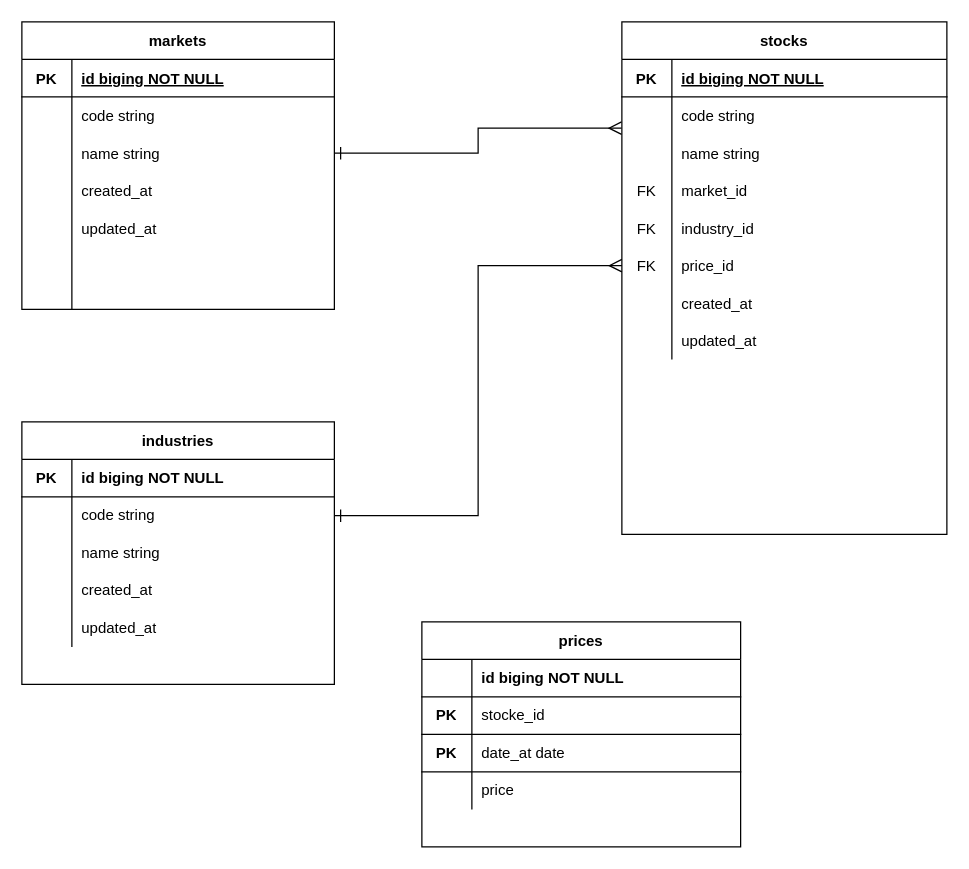
Before: kabuboard2_ERDiagram_01.drawio in 0gravity000/kabuboard2_vue, a draw.io diagram. Source tidied: cells renumbered, new cells numbered last; positions are measured from the earlier drawing's top-left corner, leaving out a move shared by most shapes. Both pictures are drawn from the tidied source at 125%, with x=0, y=0 at pixel (21, 21).
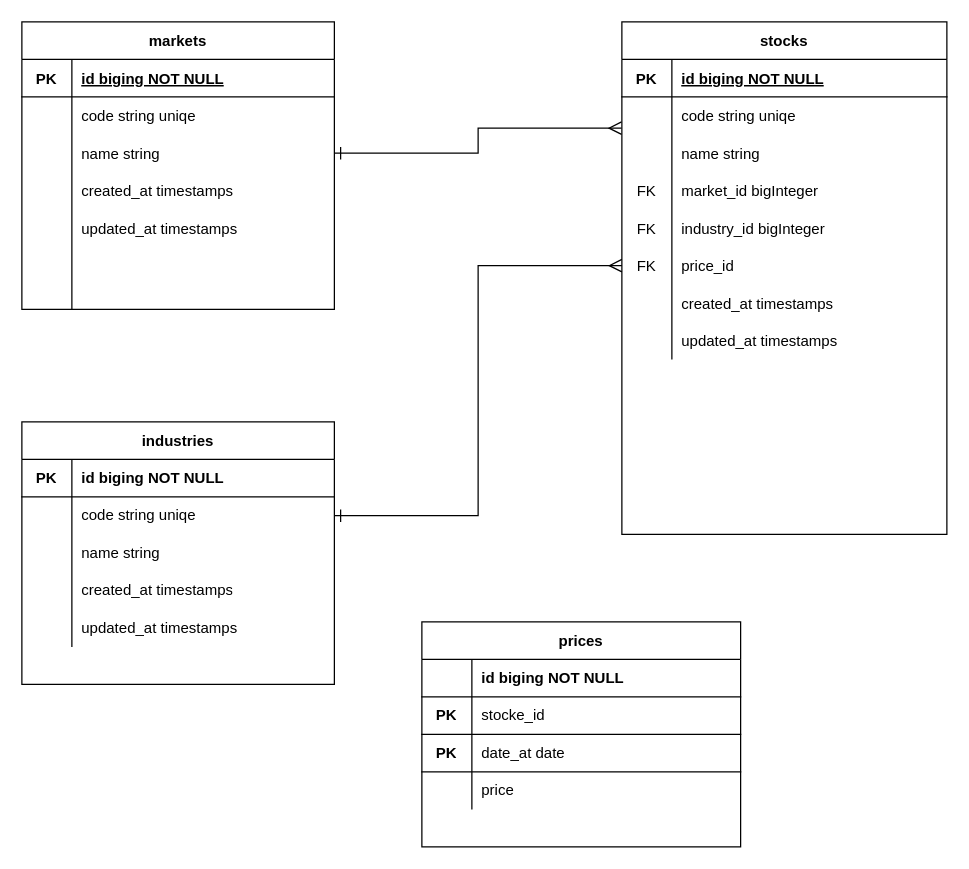
The same diagram, later.

The change refers to these unchanged cells:
```xml
<mxCell id="7" style="shape=partialRectangle;fillColor=none;points=[[0,0.5],[1,0.5]];portConstraint=eastwest;top=0;left=0;right=0;bottom=0;" parent="3" vertex="1">
  <mxGeometry y="60" width="260" height="30" as="geometry" />
</mxCell>
<mxCell id="13" style="shape=partialRectangle;fillColor=none;top=0;left=0;right=0;bottom=0;" parent="3" vertex="1">
  <mxGeometry y="120" width="260" height="30" as="geometry" />
</mxCell>
<mxCell id="16" style="shape=partialRectangle;fillColor=none;top=0;left=0;right=0;bottom=0;" parent="3" vertex="1">
  <mxGeometry y="150" width="260" height="30" as="geometry" />
</mxCell>
<mxCell id="22" style="shape=partialRectangle;fillColor=none;top=0;left=0;right=0;bottom=0;" parent="3" vertex="1">
  <mxGeometry y="210" width="260" height="30" as="geometry" />
</mxCell>
<mxCell id="25" style="shape=partialRectangle;fillColor=none;top=0;left=0;right=0;bottom=0;" parent="3" vertex="1">
  <mxGeometry y="240" width="260" height="30" as="geometry" />
</mxCell>
<mxCell id="32" style="shape=partialRectangle;fillColor=none;top=0;left=0;right=0;bottom=0;" parent="28" vertex="1">
  <mxGeometry y="60" width="250" height="30" as="geometry" />
</mxCell>
<mxCell id="38" style="shape=partialRectangle;fillColor=none;top=0;left=0;right=0;bottom=0;" parent="28" vertex="1">
  <mxGeometry y="120" width="250" height="30" as="geometry" />
</mxCell>
<mxCell id="41" style="shape=partialRectangle;fillColor=none;top=0;left=0;right=0;bottom=0;" parent="28" vertex="1">
  <mxGeometry y="150" width="250" height="30" as="geometry" />
</mxCell>
<mxCell id="51" style="shape=partialRectangle;html=1;whiteSpace=wrap;fillColor=none;top=0;left=0;bottom=0;right=0;points=[[0,0.5],[1,0.5]];portConstraint=eastwest;" parent="47" vertex="1">
  <mxGeometry y="60" width="250" height="30" as="geometry" />
</mxCell>
<mxCell id="57" style="shape=partialRectangle;html=1;whiteSpace=wrap;fillColor=none;top=0;left=0;bottom=0;right=0;" parent="47" vertex="1">
  <mxGeometry y="120" width="250" height="30" as="geometry" />
</mxCell>
<mxCell id="60" style="shape=partialRectangle;html=1;whiteSpace=wrap;fillColor=none;top=0;left=0;bottom=0;right=0;" parent="47" vertex="1">
  <mxGeometry y="150" width="250" height="30" as="geometry" />
</mxCell>
```

Diff of the diagram source:
```diff
@@
-    <mxCell id="9" value="code string" style="shape=partialRectangle;overflow=hidden;fillColor=none;top=0;left=0;bottom=0;right=0;align=left;spacingLeft=6;" parent="7" vertex="1">
+    <mxCell id="9" value="code string uniqe" style="shape=partialRectangle;overflow=hidden;fillColor=none;top=0;left=0;bottom=0;right=0;align=left;spacingLeft=6;" parent="7" vertex="1">
       <mxGeometry x="40" width="220" height="30" as="geometry" />
     </mxCell>
@@
-    <mxCell id="15" value="market_id" style="shape=partialRectangle;overflow=hidden;fillColor=none;top=0;left=0;bottom=0;right=0;align=left;spacingLeft=6;" parent="13" vertex="1">
+    <mxCell id="15" value="market_id bigInteger" style="shape=partialRectangle;overflow=hidden;fillColor=none;top=0;left=0;bottom=0;right=0;align=left;spacingLeft=6;" parent="13" vertex="1">
       <mxGeometry x="40" width="220" height="30" as="geometry" />
     </mxCell>
@@
-    <mxCell id="18" value="industry_id" style="shape=partialRectangle;overflow=hidden;fillColor=none;top=0;left=0;bottom=0;right=0;align=left;spacingLeft=6;" parent="16" vertex="1">
+    <mxCell id="18" value="industry_id bigInteger" style="shape=partialRectangle;overflow=hidden;fillColor=none;top=0;left=0;bottom=0;right=0;align=left;spacingLeft=6;" parent="16" vertex="1">
       <mxGeometry x="40" width="220" height="30" as="geometry" />
     </mxCell>
@@
-    <mxCell id="24" value="created_at" style="shape=partialRectangle;overflow=hidden;fillColor=none;top=0;left=0;bottom=0;right=0;align=left;spacingLeft=6;" parent="22" vertex="1">
+    <mxCell id="24" value="created_at timestamps" style="shape=partialRectangle;overflow=hidden;fillColor=none;top=0;left=0;bottom=0;right=0;align=left;spacingLeft=6;" parent="22" vertex="1">
       <mxGeometry x="40" width="220" height="30" as="geometry" />
     </mxCell>
@@
-    <mxCell id="27" value="updated_at" style="shape=partialRectangle;overflow=hidden;fillColor=none;top=0;left=0;bottom=0;right=0;align=left;spacingLeft=6;" parent="25" vertex="1">
+    <mxCell id="27" value="updated_at timestamps" style="shape=partialRectangle;overflow=hidden;fillColor=none;top=0;left=0;bottom=0;right=0;align=left;spacingLeft=6;" parent="25" vertex="1">
       <mxGeometry x="40" width="220" height="30" as="geometry" />
     </mxCell>
@@
-    <mxCell id="34" value="code string" style="shape=partialRectangle;overflow=hidden;fillColor=none;top=0;left=0;bottom=0;right=0;align=left;spacingLeft=6;" parent="32" vertex="1">
+    <mxCell id="34" value="code string uniqe" style="shape=partialRectangle;overflow=hidden;fillColor=none;top=0;left=0;bottom=0;right=0;align=left;spacingLeft=6;" parent="32" vertex="1">
       <mxGeometry x="40" width="210" height="30" as="geometry" />
     </mxCell>
@@
-    <mxCell id="40" value="created_at" style="shape=partialRectangle;overflow=hidden;fillColor=none;top=0;left=0;bottom=0;right=0;align=left;spacingLeft=6;" parent="38" vertex="1">
+    <mxCell id="40" value="created_at timestamps" style="shape=partialRectangle;overflow=hidden;fillColor=none;top=0;left=0;bottom=0;right=0;align=left;spacingLeft=6;" parent="38" vertex="1">
       <mxGeometry x="40" width="210" height="30" as="geometry" />
     </mxCell>
@@
-    <mxCell id="43" value="updated_at" style="shape=partialRectangle;overflow=hidden;fillColor=none;top=0;left=0;bottom=0;right=0;align=left;spacingLeft=6;" parent="41" vertex="1">
+    <mxCell id="43" value="updated_at timestamps" style="shape=partialRectangle;overflow=hidden;fillColor=none;top=0;left=0;bottom=0;right=0;align=left;spacingLeft=6;" parent="41" vertex="1">
       <mxGeometry x="40" width="210" height="30" as="geometry" />
     </mxCell>
@@
-    <mxCell id="53" value="&lt;span&gt;code&amp;nbsp;&lt;/span&gt;&lt;span&gt;string&lt;/span&gt;" style="shape=partialRectangle;html=1;whiteSpace=wrap;fillColor=none;top=0;left=0;bottom=0;right=0;align=left;spacingLeft=6;overflow=hidden;" parent="51" vertex="1">
+    <mxCell id="53" value="&lt;span&gt;code&amp;nbsp;&lt;/span&gt;&lt;span&gt;string uniqe&lt;/span&gt;" style="shape=partialRectangle;html=1;whiteSpace=wrap;fillColor=none;top=0;left=0;bottom=0;right=0;align=left;spacingLeft=6;overflow=hidden;" parent="51" vertex="1">
       <mxGeometry x="40" width="210" height="30" as="geometry" />
     </mxCell>
@@
-    <mxCell id="59" value="&lt;span&gt;created_at&lt;/span&gt;" style="shape=partialRectangle;html=1;whiteSpace=wrap;fillColor=none;top=0;left=0;bottom=0;right=0;align=left;spacingLeft=6;overflow=hidden;" parent="57" vertex="1">
+    <mxCell id="59" value="&lt;span&gt;created_at&amp;nbsp;&lt;/span&gt;&lt;span&gt;timestamps&lt;/span&gt;" style="shape=partialRectangle;html=1;whiteSpace=wrap;fillColor=none;top=0;left=0;bottom=0;right=0;align=left;spacingLeft=6;overflow=hidden;" parent="57" vertex="1">
       <mxGeometry x="40" width="210" height="30" as="geometry" />
     </mxCell>
@@
-    <mxCell id="62" value="&lt;span&gt;updated_at&lt;/span&gt;" style="shape=partialRectangle;html=1;whiteSpace=wrap;fillColor=none;top=0;left=0;bottom=0;right=0;align=left;spacingLeft=6;overflow=hidden;" parent="60" vertex="1">
+    <mxCell id="62" value="&lt;span&gt;updated_at&amp;nbsp;&lt;/span&gt;&lt;span&gt;timestamps&lt;/span&gt;" style="shape=partialRectangle;html=1;whiteSpace=wrap;fillColor=none;top=0;left=0;bottom=0;right=0;align=left;spacingLeft=6;overflow=hidden;" parent="60" vertex="1">
       <mxGeometry x="40" width="210" height="30" as="geometry" />
     </mxCell>
```
